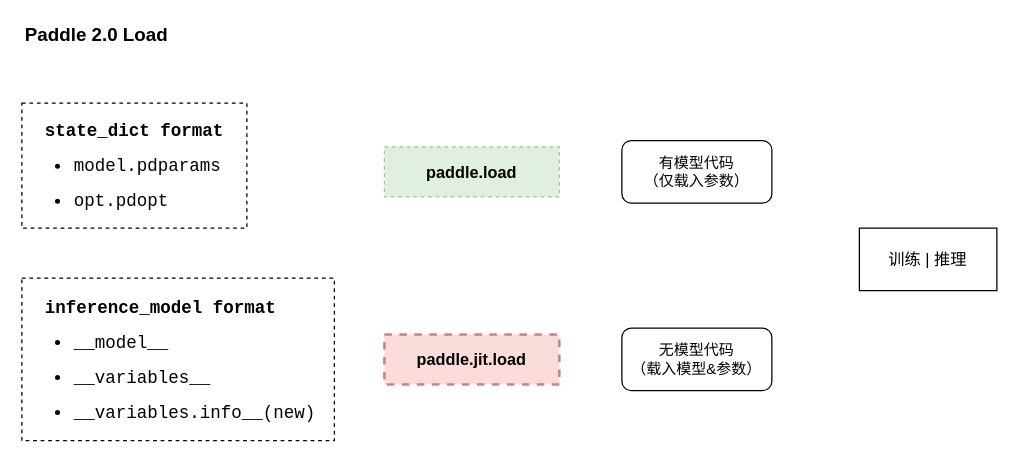
Above: page "Page-6" (6 of 6) of save-load.drawio in chenwhql/diagrams (draw.io), before the change. Source tidied: cells renumbered, new cells numbered last; positions are measured from the earlier drawing's top-left corner, leaving out a move shared by most shapes. Both pictures are drawn from the tidied source at 125%, with x=0, y=0 at pixel (21, 21).
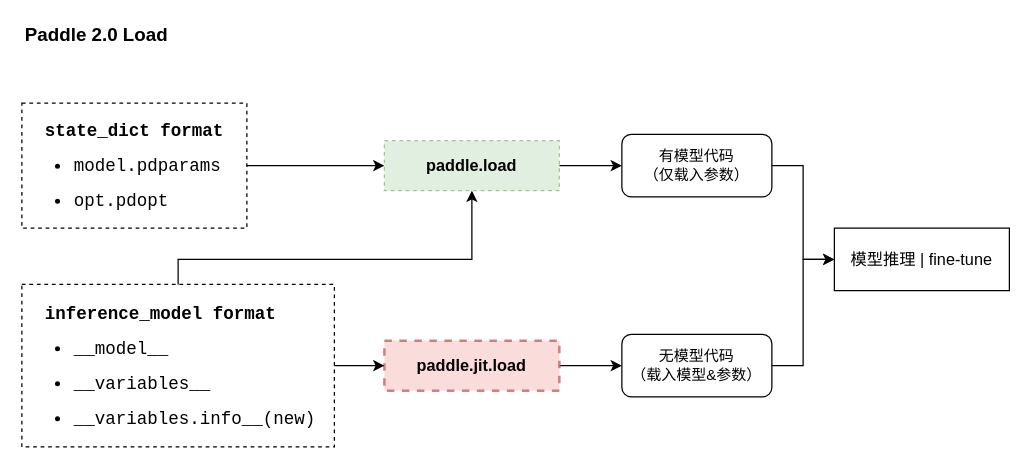
The same page after the edit.

Change to the diagram source:
```diff
@@
 <mxGraphModel>
   <root>
     <mxCell id="0" />
     <mxCell id="1" parent="0" />
+    <mxCell id="10" style="edgeStyle=orthogonalEdgeStyle;rounded=0;jettySize=auto;html=1;exitX=1;exitY=0.5;exitDx=0;exitDy=0;entryX=0;entryY=0.5;entryDx=0;entryDy=0;fontSize=15;" parent="1" edge="1" source="2" target="7">
+      <mxGeometry relative="1" as="geometry" />
+    </mxCell>
     <mxCell id="2" value="&lt;span&gt;paddle.load&lt;/span&gt;" style="rounded=0;whiteSpace=wrap;html=1;dashed=1;fontSize=13;opacity=70;fillColor=#d5e8d4;strokeColor=#82b366;fontStyle=1;" parent="1" vertex="1">
-      <mxGeometry x="290" y="100" width="140" height="40" as="geometry" />
+      <mxGeometry x="290" y="95" width="140" height="40" as="geometry" />
     </mxCell>
+    <mxCell id="11" style="edgeStyle=orthogonalEdgeStyle;rounded=0;jettySize=auto;html=1;exitX=1;exitY=0.5;exitDx=0;exitDy=0;fontSize=15;" parent="1" edge="1" source="3" target="8">
+      <mxGeometry relative="1" as="geometry" />
+    </mxCell>
     <mxCell id="3" value="&lt;span&gt;paddle.jit.load&lt;/span&gt;" style="rounded=0;whiteSpace=wrap;html=1;dashed=1;fontSize=13;opacity=70;fillColor=#f8cecc;strokeColor=#b85450;strokeWidth=2;fontStyle=1;" parent="1" vertex="1">
-      <mxGeometry x="290" y="250" width="140" height="40" as="geometry" />
+      <mxGeometry x="290" y="255" width="140" height="40" as="geometry" />
     </mxCell>
     <mxCell id="4" value="Paddle 2.0 Load" style="text;html=1;strokeColor=none;fillColor=none;align=center;verticalAlign=middle;whiteSpace=wrap;rounded=0;dashed=1;fontSize=15;opacity=70;fontStyle=1;" parent="1" vertex="1">
       <mxGeometry width="120" height="20" as="geometry" />
     </mxCell>
+    <mxCell id="12" style="edgeStyle=orthogonalEdgeStyle;rounded=0;jettySize=auto;html=1;exitX=1;exitY=0.5;exitDx=0;exitDy=0;entryX=0;entryY=0.5;entryDx=0;entryDy=0;fontSize=15;" parent="1" edge="1" source="5" target="2">
+      <mxGeometry relative="1" as="geometry" />
+    </mxCell>
     <mxCell id="5" value="&lt;pre&gt;&lt;pre style=&quot;font-size: 14px ; line-height: 100%&quot;&gt;&lt;font face=&quot;Courier New&quot; style=&quot;font-size: 14px&quot;&gt;&lt;span style=&quot;font-weight: 700 ; text-align: center&quot;&gt;  state_dict&amp;nbsp;&lt;/span&gt;&lt;span style=&quot;font-weight: 700 ; text-align: center&quot;&gt;format&lt;/span&gt;&lt;/font&gt;&lt;ul&gt;&lt;li&gt;model.pdparams&lt;/li&gt;&lt;/ul&gt;&lt;ul&gt;&lt;li&gt;opt.pdopt&lt;/li&gt;&lt;/ul&gt;&lt;/pre&gt;&lt;/pre&gt;" style="text;html=1;fillColor=none;align=left;verticalAlign=middle;whiteSpace=wrap;rounded=0;fontSize=15;dashed=1;strokeColor=#000000;" parent="1" vertex="1">
       <mxGeometry y="65" width="180" height="100" as="geometry" />
     </mxCell>
+    <mxCell id="13" style="edgeStyle=orthogonalEdgeStyle;rounded=0;jettySize=auto;html=1;exitX=1;exitY=0.5;exitDx=0;exitDy=0;entryX=0;entryY=0.5;entryDx=0;entryDy=0;fontSize=15;" parent="1" edge="1" source="6" target="3">
+      <mxGeometry relative="1" as="geometry" />
+    </mxCell>
+    <mxCell id="14" style="edgeStyle=orthogonalEdgeStyle;rounded=0;jettySize=auto;html=1;exitX=0.5;exitY=0;exitDx=0;exitDy=0;entryX=0.5;entryY=1;entryDx=0;entryDy=0;fontSize=15;" parent="1" edge="1" source="6" target="2">
+      <mxGeometry relative="1" as="geometry">
+        <Array as="points">
+          <mxPoint x="125" y="190" />
+          <mxPoint x="360" y="190" />
+        </Array>
+      </mxGeometry>
+    </mxCell>
     <mxCell id="6" value="&lt;pre&gt;&lt;pre style=&quot;font-size: 14px ; line-height: 100%&quot;&gt;&lt;font face=&quot;Courier New&quot; style=&quot;font-size: 14px&quot;&gt;&lt;span style=&quot;font-weight: 700 ; text-align: center&quot;&gt;  inference_model&amp;nbsp;&lt;/span&gt;&lt;span style=&quot;font-weight: 700 ; text-align: center&quot;&gt;format&lt;/span&gt;&lt;/font&gt;&lt;pre&gt;&lt;ul&gt;&lt;li&gt;__model__&lt;/li&gt;&lt;/ul&gt;&lt;ul&gt;&lt;li&gt;__variables__&lt;/li&gt;&lt;/ul&gt;&lt;ul&gt;&lt;li&gt;__variables.info__(new)&lt;/li&gt;&lt;/ul&gt;&lt;/pre&gt;&lt;/pre&gt;&lt;/pre&gt;" style="text;html=1;fillColor=none;align=left;verticalAlign=middle;whiteSpace=wrap;rounded=0;fontSize=15;dashed=1;strokeColor=#000000;" parent="1" vertex="1">
-      <mxGeometry y="205" width="250" height="130" as="geometry" />
+      <mxGeometry y="210" width="250" height="130" as="geometry" />
     </mxCell>
+    <mxCell id="15" style="edgeStyle=orthogonalEdgeStyle;rounded=0;jettySize=auto;html=1;exitX=1;exitY=0.5;exitDx=0;exitDy=0;entryX=0;entryY=0.5;entryDx=0;entryDy=0;fontSize=15;" parent="1" edge="1" source="7" target="9">
+      <mxGeometry relative="1" as="geometry" />
+    </mxCell>
     <mxCell id="7" value="有模型代码&lt;br&gt;（仅载入参数）" style="rounded=1;whiteSpace=wrap;html=1;" parent="1" vertex="1">
-      <mxGeometry x="480" y="95" width="120" height="50" as="geometry" />
+      <mxGeometry x="480" y="90" width="120" height="50" as="geometry" />
     </mxCell>
+    <mxCell id="16" style="edgeStyle=orthogonalEdgeStyle;rounded=0;jettySize=auto;html=1;exitX=1;exitY=0.5;exitDx=0;exitDy=0;fontSize=15;entryX=0;entryY=0.5;entryDx=0;entryDy=0;" parent="1" edge="1" source="8" target="9">
+      <mxGeometry relative="1" as="geometry" />
+    </mxCell>
     <mxCell id="8" value="无模型代码&lt;br&gt;（载入模型&amp;amp;参数）" style="rounded=1;whiteSpace=wrap;html=1;" parent="1" vertex="1">
-      <mxGeometry x="480" y="245" width="120" height="50" as="geometry" />
+      <mxGeometry x="480" y="250" width="120" height="50" as="geometry" />
     </mxCell>
-    <mxCell id="9" value="训练 | 推理" style="rounded=0;whiteSpace=wrap;html=1;fontSize=13;" parent="1" vertex="1">
-      <mxGeometry x="670" y="165" width="110" height="50" as="geometry" />
+    <mxCell id="9" value="模型推理 | fine-tune" style="rounded=0;whiteSpace=wrap;html=1;fontSize=13;" parent="1" vertex="1">
+      <mxGeometry x="650" y="165" width="140" height="50" as="geometry" />
     </mxCell>
   </root>
 </mxGraphModel>
```
